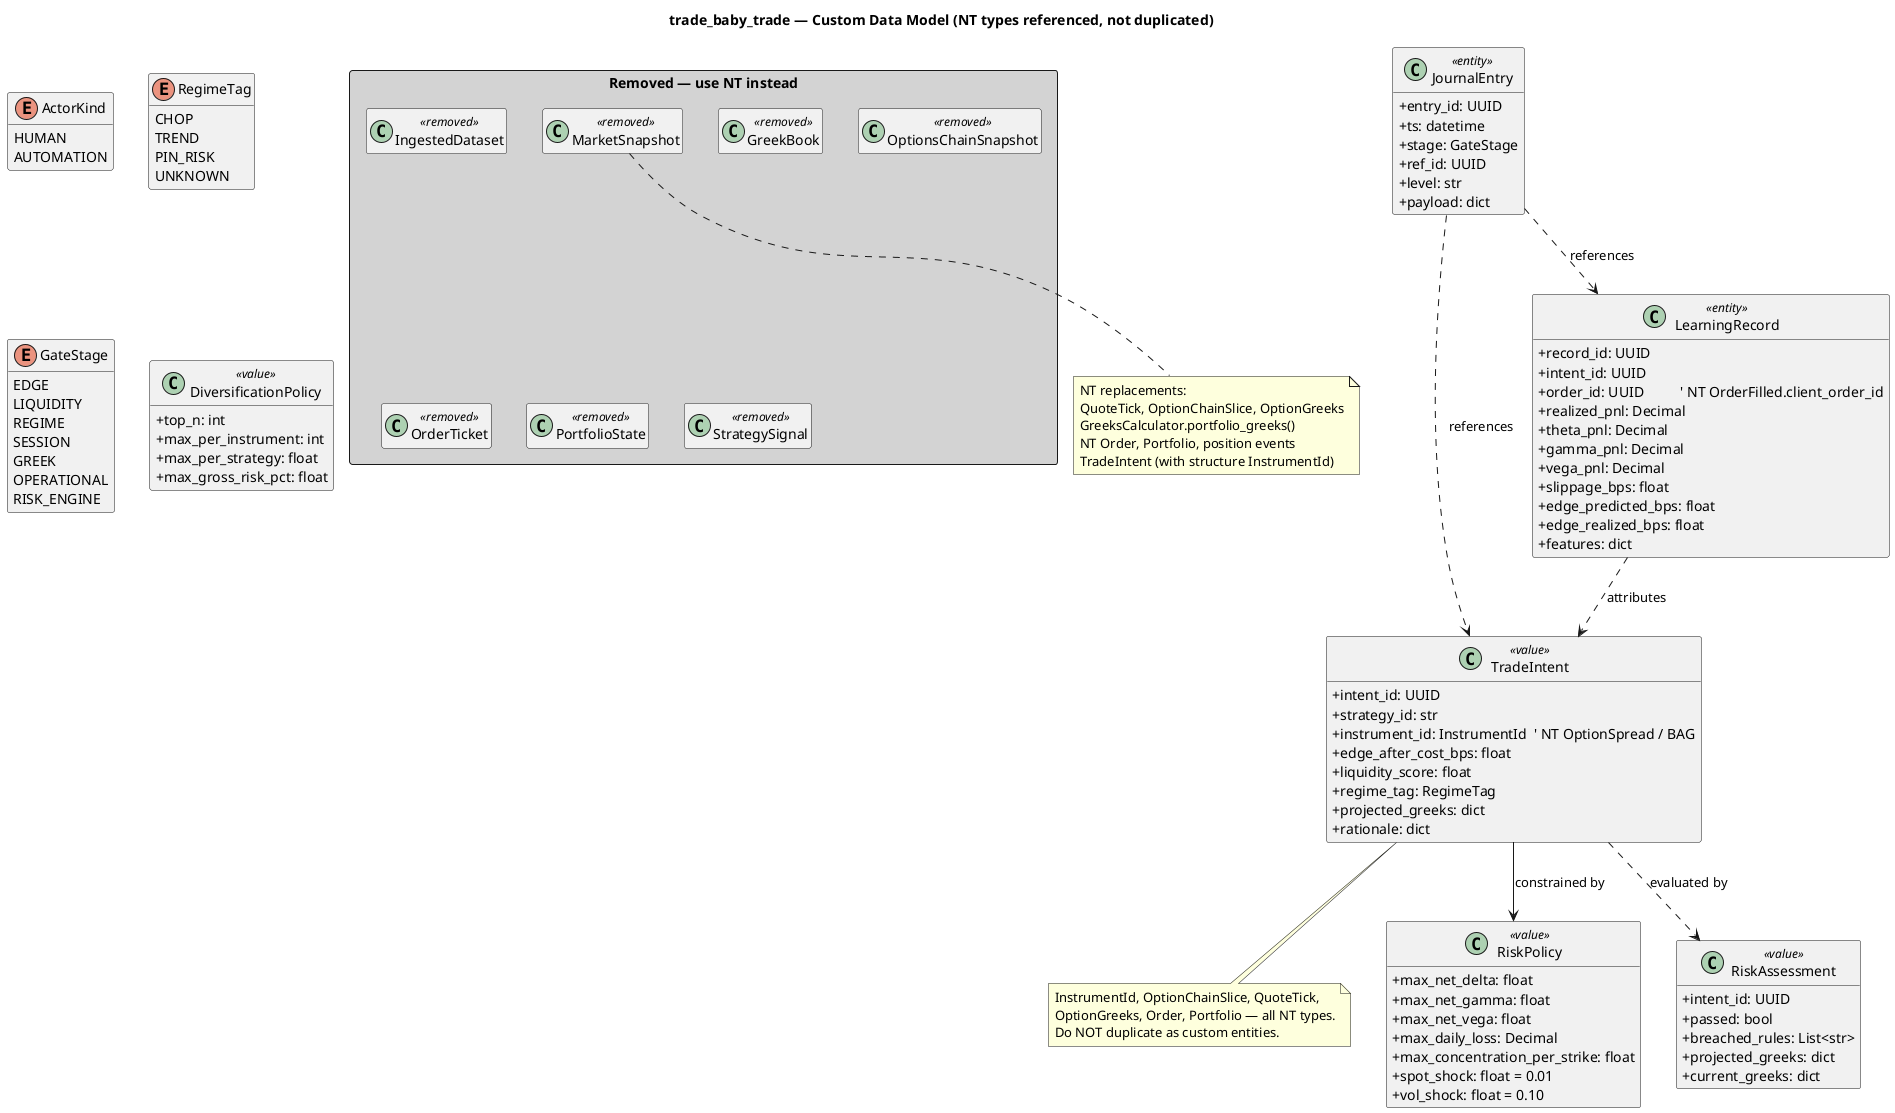
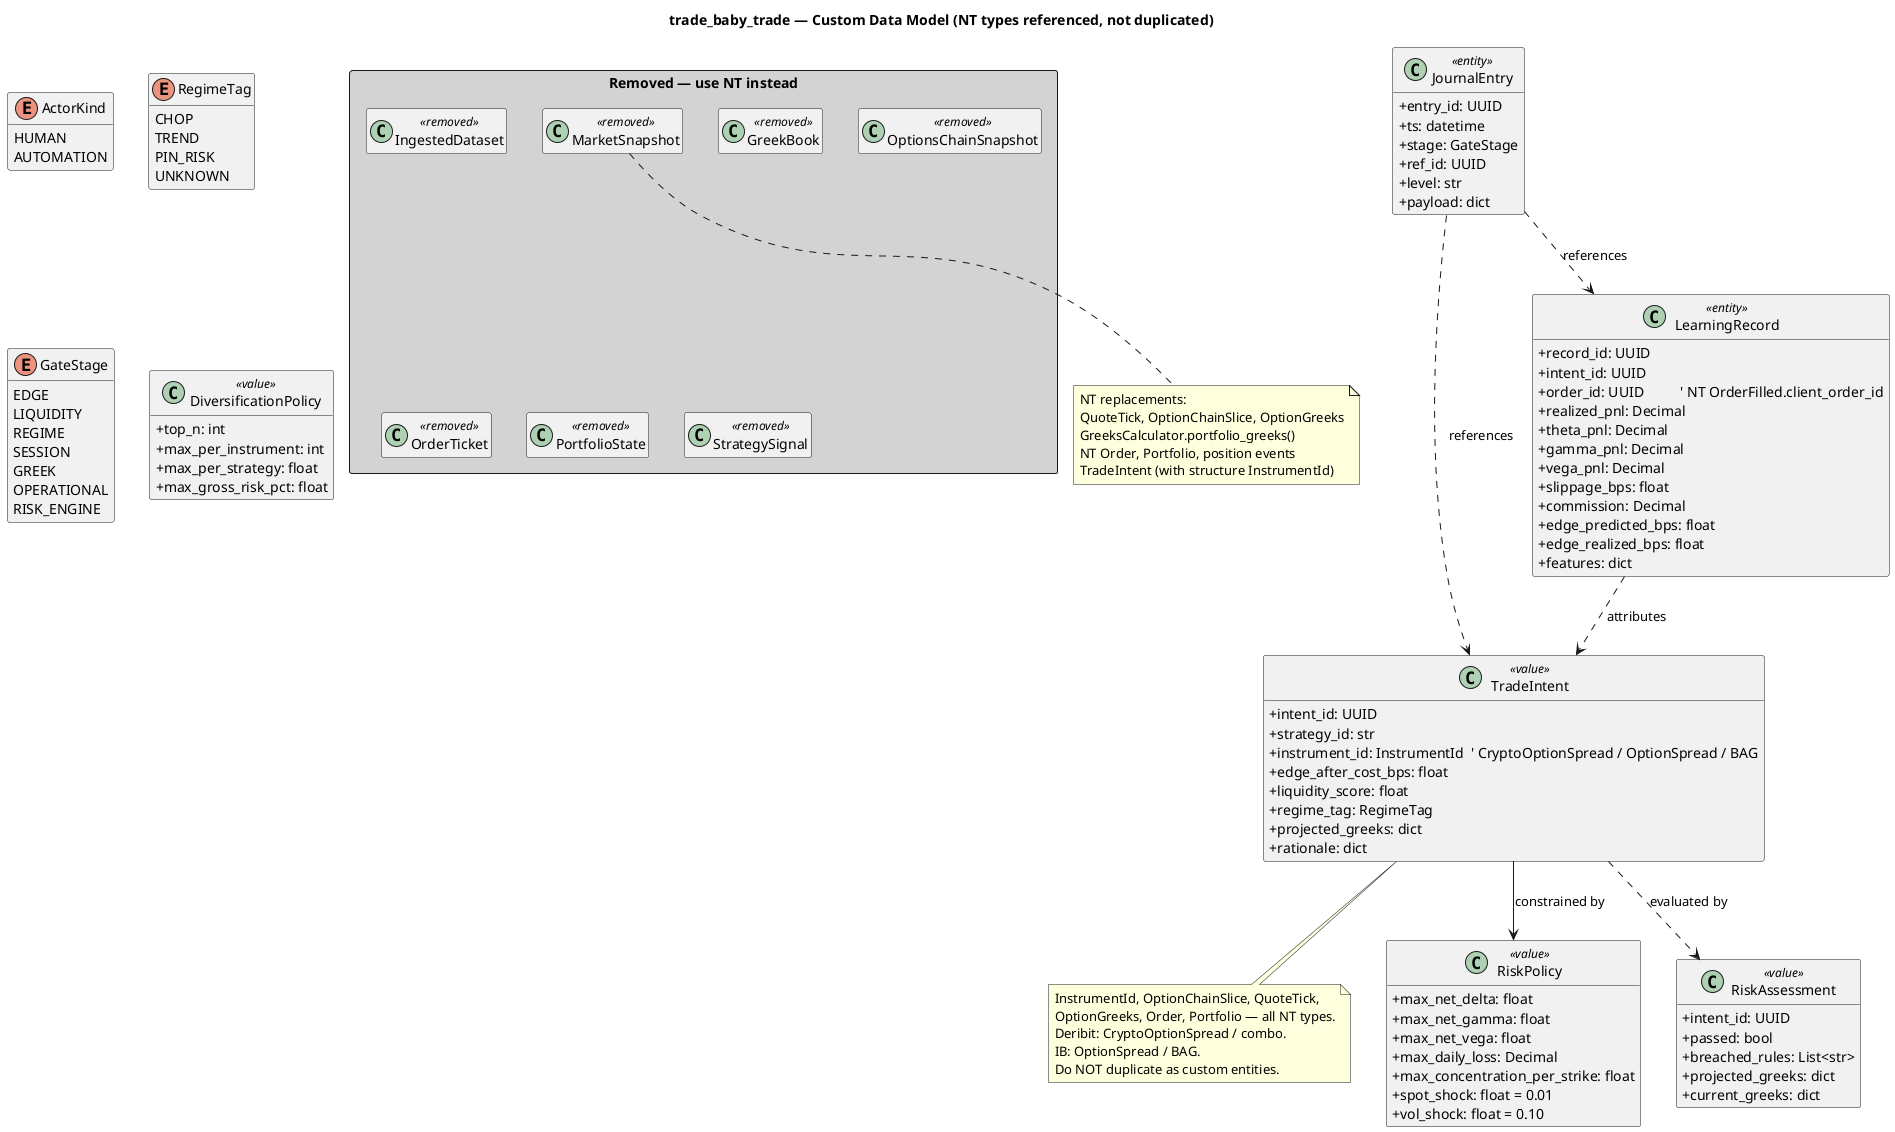
@startuml data-model
title trade_baby_trade — Custom Data Model (NT types referenced, not duplicated)

hide empty members
skinparam classAttributeIconSize 0

' ====================================================================
' Enums (custom routing / classification)
' ====================================================================
enum ActorKind {
  HUMAN
  AUTOMATION
}

enum RegimeTag {
  CHOP
  TREND
  PIN_RISK
  UNKNOWN
}

enum GateStage {
  EDGE
  LIQUIDITY
  REGIME
  SESSION
  GREEK
  OPERATIONAL
  RISK_ENGINE
}

' ====================================================================
' Trade intent — replaces StrategySignal.option: Side
' ====================================================================
class TradeIntent <<value>> {
  +intent_id: UUID
  +strategy_id: str
-   +instrument_id: InstrumentId  ' NT OptionSpread / BAG
+   +instrument_id: InstrumentId  ' CryptoOptionSpread / OptionSpread / BAG
  +edge_after_cost_bps: float
  +liquidity_score: float
  +regime_tag: RegimeTag
  +projected_greeks: dict
  +rationale: dict
}
note bottom of TradeIntent
  InstrumentId, OptionChainSlice, QuoteTick,
  OptionGreeks, Order, Portfolio — all NT types.
+   Deribit: CryptoOptionSpread / combo.
+   IB: OptionSpread / BAG.
  Do NOT duplicate as custom entities.
end note

' ====================================================================
' Risk policy — greek/desk rules (not a calculator)
' ====================================================================
class RiskPolicy <<value>> {
  +max_net_delta: float
  +max_net_gamma: float
  +max_net_vega: float
  +max_daily_loss: Decimal
  +max_concentration_per_strike: float
  +spot_shock: float = 0.01
  +vol_shock: float = 0.10
}

class RiskAssessment <<value>> {
  +intent_id: UUID
  +passed: bool
  +breached_rules: List<str>
  +projected_greeks: dict
  +current_greeks: dict
}

' ====================================================================
' Multi-strategy selection
' ====================================================================
class DiversificationPolicy <<value>> {
  +top_n: int
  +max_per_instrument: int
  +max_per_strategy: float
  +max_gross_risk_pct: float
}

' ====================================================================
' Learning + Journal (cross-cutting)
' ====================================================================
class LearningRecord <<entity>> {
  +record_id: UUID
  +intent_id: UUID
  +order_id: UUID          ' NT OrderFilled.client_order_id
  +realized_pnl: Decimal
  +theta_pnl: Decimal
  +gamma_pnl: Decimal
  +vega_pnl: Decimal
  +slippage_bps: float
+   +commission: Decimal
  +edge_predicted_bps: float
  +edge_realized_bps: float
  +features: dict
}

class JournalEntry <<entity>> {
  +entry_id: UUID
  +ts: datetime
  +stage: GateStage
  +ref_id: UUID
  +level: str
  +payload: dict
}

' ====================================================================
' Removed types — NT owns (shown for reference only)
' ====================================================================
package "Removed — use NT instead" <<Rectangle>> #LightGray {
  class "MarketSnapshot" as REMOVED_MS <<removed>>
  class "IngestedDataset" as REMOVED_ID <<removed>>
  class "GreekBook" as REMOVED_GB <<removed>>
  class "OptionsChainSnapshot" as REMOVED_OCS <<removed>>
  class "OrderTicket" as REMOVED_OT <<removed>>
  class "PortfolioState" as REMOVED_PS <<removed>>
  class "StrategySignal" as REMOVED_SS <<removed>>
}
note bottom of REMOVED_MS
  NT replacements:
  QuoteTick, OptionChainSlice, OptionGreeks
  GreeksCalculator.portfolio_greeks()
  NT Order, Portfolio, position events
  TradeIntent (with structure InstrumentId)
end note

' ====================================================================
' Relationships
' ====================================================================
TradeIntent ..> RiskAssessment : evaluated by
TradeIntent --> RiskPolicy : constrained by
LearningRecord ..> TradeIntent : attributes
JournalEntry ..> TradeIntent : references
JournalEntry ..> LearningRecord : references
@enduml
